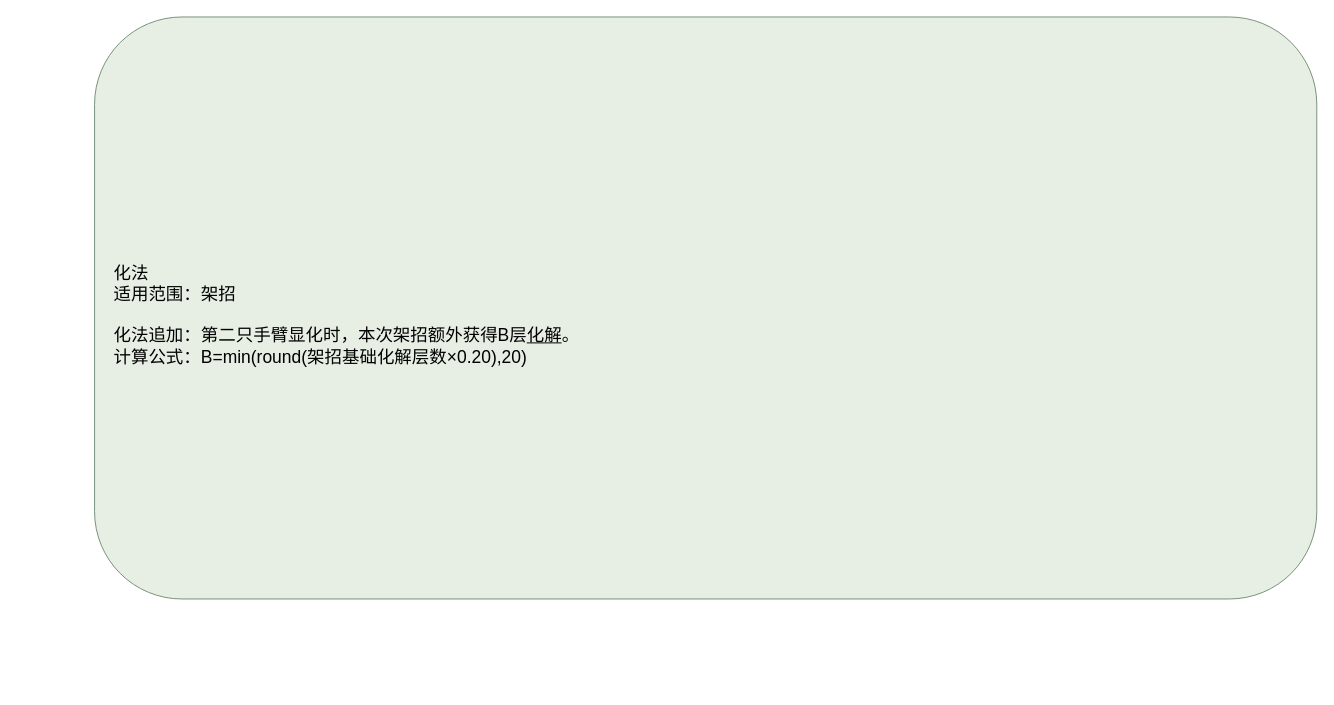
Before: page "架招第三卷" (1 of 2) of docs/卡牌词典/秘籍技能/百骸衍枝化生宝册/化法/架招第三卷.drawio in ankundanetracyc-spec/tian-guan-you-du, a draw.io diagram. Source tidied: cells renumbered, new cells numbered last; positions are measured from the earlier drawing's top-left corner, leaving out a move shared by most shapes. Both pictures are drawn from the tidied source at 97%, with x=0, y=0 at pixel (94, 16).
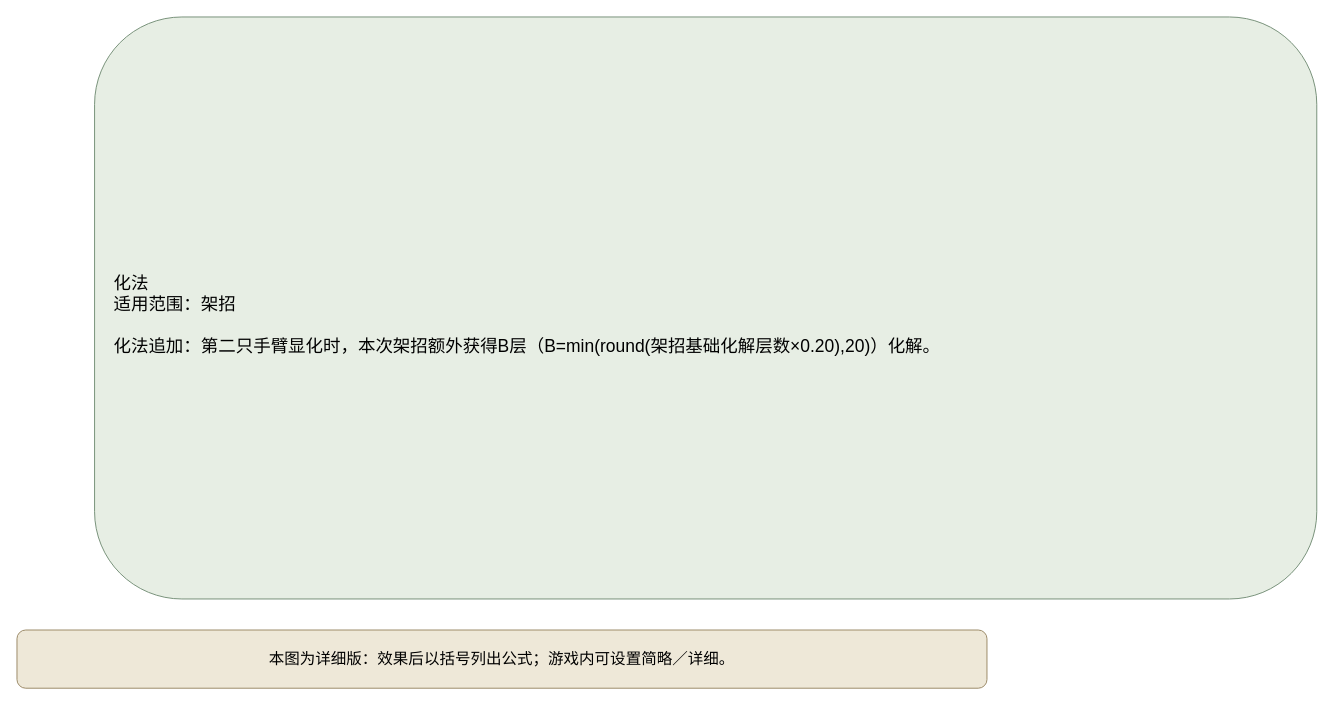
The same diagram, later.

What changed in the source:
```diff
@@
 <mxGraphModel>
   <root>
     <mxCell id="0" />
     <mxCell id="1" parent="0" />
-    <mxCell id="2" value="&lt;div style=&quot;text-align:left;&quot;&gt;化法&lt;br&gt;适用范围：架招&lt;br&gt;&lt;br&gt;化法追加：第二只手臂显化时，本次架招额外获得B层&lt;u&gt;化解&lt;/u&gt;。&lt;br&gt;计算公式：B=min(round(架招基础化解层数×0.20),20)&lt;/div&gt;" style="rounded=1;whiteSpace=wrap;html=1;fillColor=#e7eee4;strokeColor=#769078;fontSize=18;align=left;spacingLeft=18;spacingTop=16;" parent="1" vertex="1">
+    <mxCell id="2" value="化法&#10;适用范围：架招&#10;&#10;化法追加：第二只手臂显化时，本次架招额外获得B层（B=min(round(架招基础化解层数×0.20),20)）化解。" style="rounded=1;whiteSpace=wrap;html=1;fillColor=#e7eee4;strokeColor=#769078;fontSize=18;align=left;spacingLeft=18;spacingTop=16;" parent="1" vertex="1">
       <mxGeometry width="1260" height="600" as="geometry" />
     </mxCell>
+    <mxCell id="3" value="本图为详细版：效果后以括号列出公式；游戏内可设置简略／详细。" style="rounded=1;whiteSpace=wrap;html=1;fillColor=#eee8d8;strokeColor=#9a8967;fontSize=16;" parent="1" vertex="1">
+      <mxGeometry x="-80" y="632" width="1000" height="60" as="geometry" />
+    </mxCell>
   </root>
 </mxGraphModel>
```
